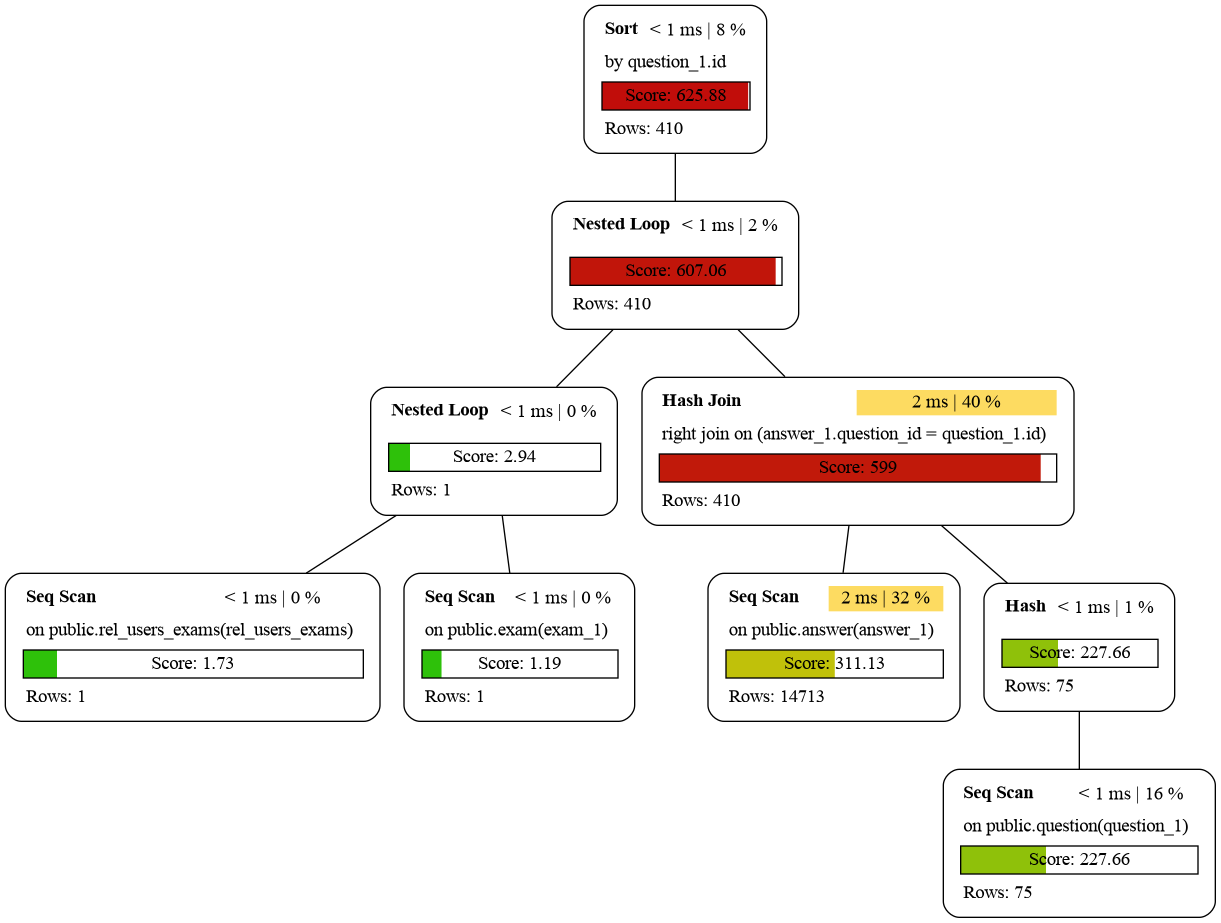
The Graphviz diagram examples/plan_2.png in sanpii/explain, before a commit. Its source is kept beside it as examples/plan_2.dot.
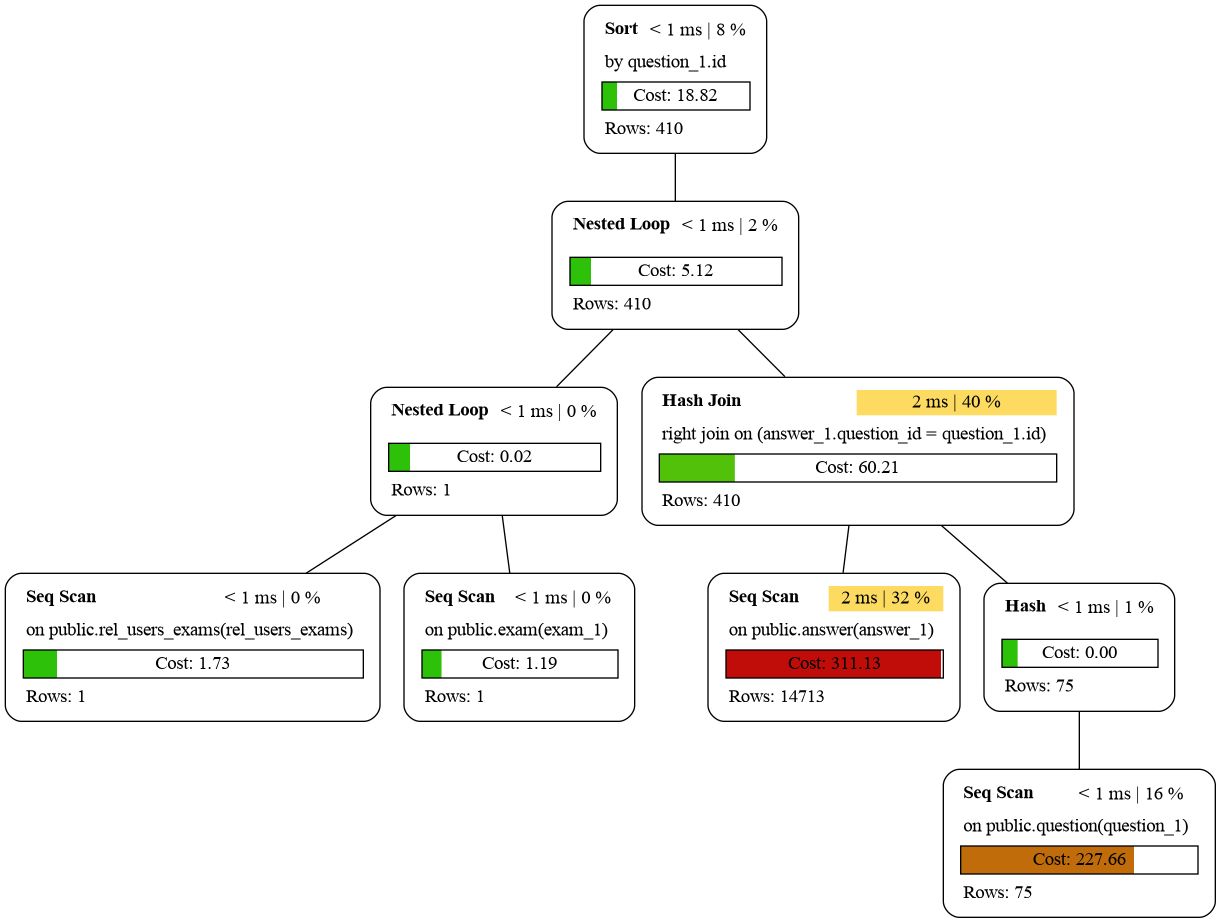
Above is the later version.

The edit, as a diff of the source:
```diff
@@ -1,13 +1,13 @@
 graph explain {
-    node0[label=<<table border="0" cellborder="0" cellspacing="5"><tr><td align="left"><b>Sort</b></td><td>&lt; 1 ms | 8 %</td></tr><tr><td colspan="2" align="left">by question_1.id</td></tr><tr><td colspan="2" border="1" bgcolor="#c10d0a;0.99:white">Score: 625.88</td></tr><tr><td colspan="2" align="left">Rows: 410</td></tr></table>>][style="rounded"][shape="box"];
-    node1[label=<<table border="0" cellborder="0" cellspacing="5"><tr><td align="left"><b>Nested Loop</b></td><td>&lt; 1 ms | 2 %</td></tr><tr><td colspan="2" align="left"></td></tr><tr><td colspan="2" border="1" bgcolor="#c1150a;0.97:white">Score: 607.06</td></tr><tr><td colspan="2" align="left">Rows: 410</td></tr></table>>][style="rounded"][shape="box"];
-    node2[label=<<table border="0" cellborder="0" cellspacing="5"><tr><td align="left"><b>Nested Loop</b></td><td>&lt; 1 ms | 0 %</td></tr><tr><td colspan="2" align="left"></td></tr><tr><td colspan="2" border="1" bgcolor="#2ec10a;0.10:white">Score: 2.94</td></tr><tr><td colspan="2" align="left">Rows: 1</td></tr></table>>][style="rounded"][shape="box"];
-    node3[label=<<table border="0" cellborder="0" cellspacing="5"><tr><td align="left"><b>Seq Scan</b></td><td>&lt; 1 ms | 0 %</td></tr><tr><td colspan="2" align="left">on public.rel_users_exams(rel_users_exams)</td></tr><tr><td colspan="2" border="1" bgcolor="#2ec10a;0.10:white">Score: 1.73</td></tr><tr><td colspan="2" align="left">Rows: 1</td></tr></table>>][style="rounded"][shape="box"];
-    node4[label=<<table border="0" cellborder="0" cellspacing="5"><tr><td align="left"><b>Seq Scan</b></td><td>&lt; 1 ms | 0 %</td></tr><tr><td colspan="2" align="left">on public.exam(exam_1)</td></tr><tr><td colspan="2" border="1" bgcolor="#2ec10a;0.10:white">Score: 1.19</td></tr><tr><td colspan="2" align="left">Rows: 1</td></tr></table>>][style="rounded"][shape="box"];
-    node5[label=<<table border="0" cellborder="0" cellspacing="5"><tr><td align="left"><b>Hash Join</b></td><td bgcolor="#fddb61">2 ms | 40 %</td></tr><tr><td colspan="2" align="left">right join on (answer_1.question_id = question_1.id)</td></tr><tr><td colspan="2" border="1" bgcolor="#c1190a;0.96:white">Score: 599</td></tr><tr><td colspan="2" align="left">Rows: 410</td></tr></table>>][style="rounded"][shape="box"];
-    node6[label=<<table border="0" cellborder="0" cellspacing="5"><tr><td align="left"><b>Seq Scan</b></td><td bgcolor="#fddb61">2 ms | 32 %</td></tr><tr><td colspan="2" align="left">on public.answer(answer_1)</td></tr><tr><td colspan="2" border="1" bgcolor="#c0c10a;0.50:white">Score: 311.13</td></tr><tr><td colspan="2" align="left">Rows: 14713</td></tr></table>>][style="rounded"][shape="box"];
-    node7[label=<<table border="0" cellborder="0" cellspacing="5"><tr><td align="left"><b>Hash</b></td><td>&lt; 1 ms | 1 %</td></tr><tr><td colspan="2" align="left"></td></tr><tr><td colspan="2" border="1" bgcolor="#8fc10a;0.36:white">Score: 227.66</td></tr><tr><td colspan="2" align="left">Rows: 75</td></tr></table>>][style="rounded"][shape="box"];
-    node8[label=<<table border="0" cellborder="0" cellspacing="5"><tr><td align="left"><b>Seq Scan</b></td><td>&lt; 1 ms | 16 %</td></tr><tr><td colspan="2" align="left">on public.question(question_1)</td></tr><tr><td colspan="2" border="1" bgcolor="#8fc10a;0.36:white">Score: 227.66</td></tr><tr><td colspan="2" align="left">Rows: 75</td></tr></table>>][style="rounded"][shape="box"];
+    node0[label=<<table border="0" cellborder="0" cellspacing="5"><tr><td align="left"><b>Sort</b></td><td>&lt; 1 ms | 8 %</td></tr><tr><td colspan="2" align="left">by question_1.id</td></tr><tr><td colspan="2" border="1" bgcolor="#2ec10a;0.10:white">Cost: 18.82</td></tr><tr><td colspan="2" align="left">Rows: 410</td></tr></table>>][style="rounded"][shape="box"];
+    node1[label=<<table border="0" cellborder="0" cellspacing="5"><tr><td align="left"><b>Nested Loop</b></td><td>&lt; 1 ms | 2 %</td></tr><tr><td colspan="2" align="left"></td></tr><tr><td colspan="2" border="1" bgcolor="#2ec10a;0.10:white">Cost: 5.12</td></tr><tr><td colspan="2" align="left">Rows: 410</td></tr></table>>][style="rounded"][shape="box"];
+    node2[label=<<table border="0" cellborder="0" cellspacing="5"><tr><td align="left"><b>Nested Loop</b></td><td>&lt; 1 ms | 0 %</td></tr><tr><td colspan="2" align="left"></td></tr><tr><td colspan="2" border="1" bgcolor="#2ec10a;0.10:white">Cost: 0.02</td></tr><tr><td colspan="2" align="left">Rows: 1</td></tr></table>>][style="rounded"][shape="box"];
+    node3[label=<<table border="0" cellborder="0" cellspacing="5"><tr><td align="left"><b>Seq Scan</b></td><td>&lt; 1 ms | 0 %</td></tr><tr><td colspan="2" align="left">on public.rel_users_exams(rel_users_exams)</td></tr><tr><td colspan="2" border="1" bgcolor="#2ec10a;0.10:white">Cost: 1.73</td></tr><tr><td colspan="2" align="left">Rows: 1</td></tr></table>>][style="rounded"][shape="box"];
+    node4[label=<<table border="0" cellborder="0" cellspacing="5"><tr><td align="left"><b>Seq Scan</b></td><td>&lt; 1 ms | 0 %</td></tr><tr><td colspan="2" align="left">on public.exam(exam_1)</td></tr><tr><td colspan="2" border="1" bgcolor="#2ec10a;0.10:white">Cost: 1.19</td></tr><tr><td colspan="2" align="left">Rows: 1</td></tr></table>>][style="rounded"][shape="box"];
+    node5[label=<<table border="0" cellborder="0" cellspacing="5"><tr><td align="left"><b>Hash Join</b></td><td bgcolor="#fddb61">2 ms | 40 %</td></tr><tr><td colspan="2" align="left">right join on (answer_1.question_id = question_1.id)</td></tr><tr><td colspan="2" border="1" bgcolor="#51c10a;0.19:white">Cost: 60.21</td></tr><tr><td colspan="2" align="left">Rows: 410</td></tr></table>>][style="rounded"][shape="box"];
+    node6[label=<<table border="0" cellborder="0" cellspacing="5"><tr><td align="left"><b>Seq Scan</b></td><td bgcolor="#fddb61">2 ms | 32 %</td></tr><tr><td colspan="2" align="left">on public.answer(answer_1)</td></tr><tr><td colspan="2" border="1" bgcolor="#c10d0a;0.99:white">Cost: 311.13</td></tr><tr><td colspan="2" align="left">Rows: 14713</td></tr></table>>][style="rounded"][shape="box"];
+    node7[label=<<table border="0" cellborder="0" cellspacing="5"><tr><td align="left"><b>Hash</b></td><td>&lt; 1 ms | 1 %</td></tr><tr><td colspan="2" align="left"></td></tr><tr><td colspan="2" border="1" bgcolor="#2ec10a;0.10:white">Cost: 0.00</td></tr><tr><td colspan="2" align="left">Rows: 75</td></tr></table>>][style="rounded"][shape="box"];
+    node8[label=<<table border="0" cellborder="0" cellspacing="5"><tr><td align="left"><b>Seq Scan</b></td><td>&lt; 1 ms | 16 %</td></tr><tr><td colspan="2" align="left">on public.question(question_1)</td></tr><tr><td colspan="2" border="1" bgcolor="#c16c0a;0.73:white">Cost: 227.66</td></tr><tr><td colspan="2" align="left">Rows: 75</td></tr></table>>][style="rounded"][shape="box"];
     node0 -- node1[label=""];
     node1 -- node2[label=""];
     node2 -- node3[label=""];
```
